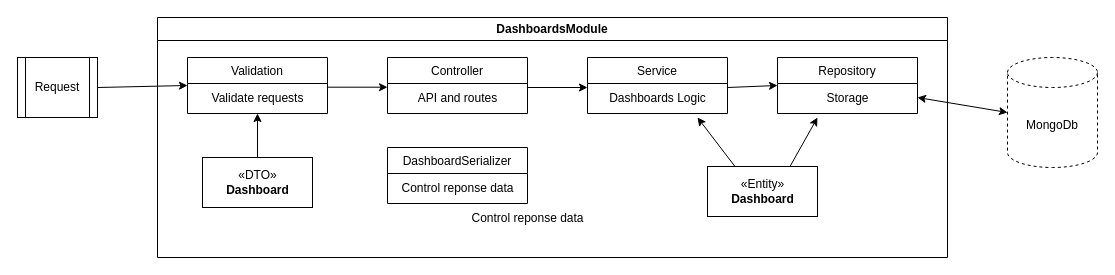
Earlier version of the draw.io diagram page "BackendDashboardsModule" (5 of 5) of design/swa.drawio (sergiunagy/findashboard). Source tidied: cells renumbered, new cells numbered last; positions are measured from the earlier drawing's top-left corner, leaving out a move shared by most shapes. Both pictures are drawn from the tidied source at 100%, with x=0, y=0 at pixel (17, 17).
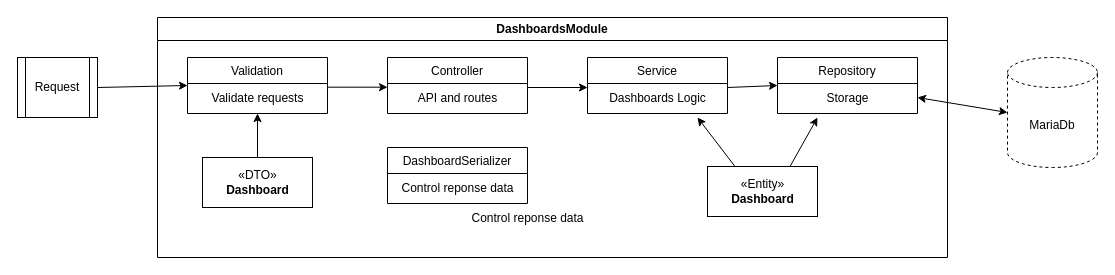
The same diagram, later.

Diff of the diagram source:
```diff
@@
-    <mxCell id="22" value="MongoDb" style="shape=cylinder3;whiteSpace=wrap;html=1;boundedLbl=1;backgroundOutline=1;size=15;dashed=1;" parent="1" vertex="1">
+    <mxCell id="22" value="MariaDb" style="shape=cylinder3;whiteSpace=wrap;html=1;boundedLbl=1;backgroundOutline=1;size=15;dashed=1;" parent="1" vertex="1">
       <mxGeometry x="990" y="40" width="90" height="110" as="geometry" />
     </mxCell>
```
